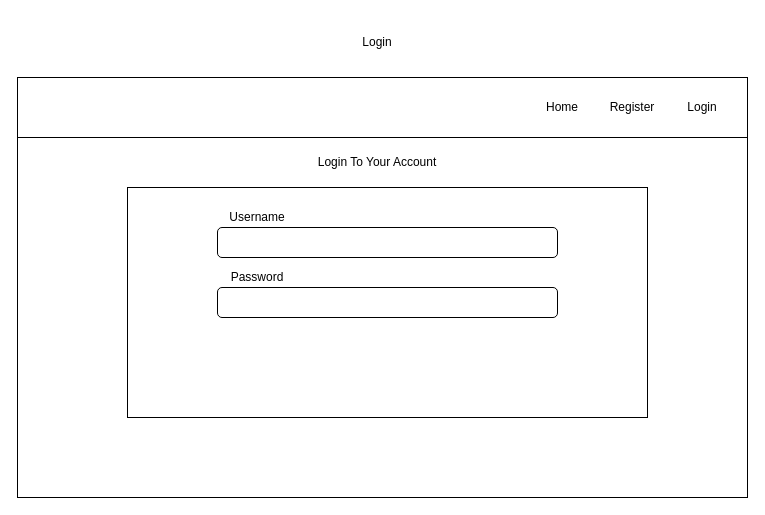
This is page "Login" (4 of 8) of Crypto-tracker-wireframe.drawio from 200914ROC2/Crypto-Tracker, a draw.io file, before an edit. Source tidied: cells renumbered, new cells numbered last; positions are measured from the earlier drawing's top-left corner, leaving out a move shared by most shapes. Both pictures are drawn from the tidied source at 100%, with x=0, y=0 at pixel (17, 17).
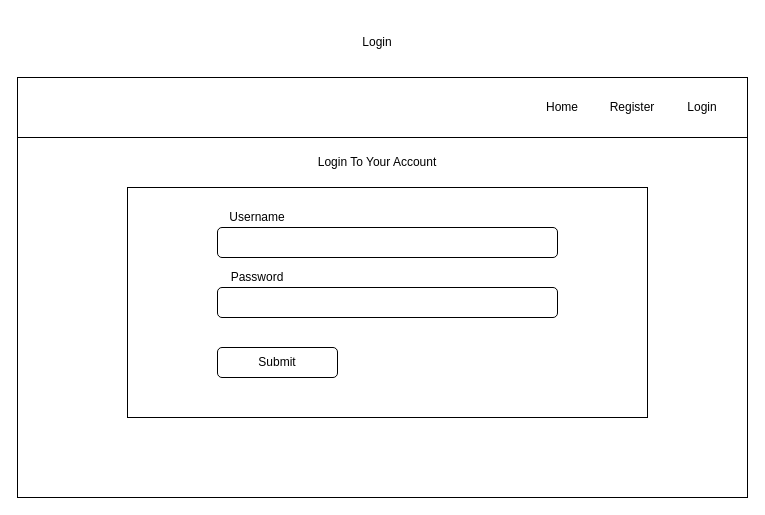
The same page after the edit.

Commit message (it also covers changes not shown here):
add submit buttons on Login and Register forms

Change to the diagram source:
```diff
@@
 <mxGraphModel>
   <root>
     <mxCell id="0" />
     <mxCell id="1" parent="0" />
     <mxCell id="2" style="rounded=0;whiteSpace=wrap;html=1;" parent="1" vertex="1">
       <mxGeometry y="60" width="730" height="420" as="geometry" />
     </mxCell>
     <mxCell id="3" style="rounded=0;whiteSpace=wrap;html=1;" parent="1" vertex="1">
       <mxGeometry y="60" width="730" height="60" as="geometry" />
     </mxCell>
     <mxCell id="4" value="Login" style="text;html=1;strokeColor=none;fillColor=none;align=center;verticalAlign=middle;whiteSpace=wrap;rounded=0;" parent="1" vertex="1">
       <mxGeometry x="650" y="65" width="70" height="50" as="geometry" />
     </mxCell>
     <mxCell id="5" value="Home" style="text;html=1;strokeColor=none;fillColor=none;align=center;verticalAlign=middle;whiteSpace=wrap;rounded=0;" parent="1" vertex="1">
       <mxGeometry x="510" y="65" width="70" height="50" as="geometry" />
     </mxCell>
     <mxCell id="6" value="Register" style="text;html=1;strokeColor=none;fillColor=none;align=center;verticalAlign=middle;whiteSpace=wrap;rounded=0;" parent="1" vertex="1">
       <mxGeometry x="580" y="65" width="70" height="50" as="geometry" />
     </mxCell>
     <mxCell id="7" value="Login" style="text;html=1;strokeColor=none;fillColor=none;align=center;verticalAlign=middle;whiteSpace=wrap;rounded=0;" parent="1" vertex="1">
       <mxGeometry x="280" width="160" height="50" as="geometry" />
     </mxCell>
     <mxCell id="8" style="rounded=0;whiteSpace=wrap;html=1;" parent="1" vertex="1">
       <mxGeometry x="110" y="170" width="520" height="230" as="geometry" />
     </mxCell>
     <mxCell id="9" style="rounded=1;whiteSpace=wrap;html=1;" parent="1" vertex="1">
       <mxGeometry x="200" y="210" width="340" height="30" as="geometry" />
     </mxCell>
     <mxCell id="10" style="rounded=1;whiteSpace=wrap;html=1;" parent="1" vertex="1">
       <mxGeometry x="200" y="270" width="340" height="30" as="geometry" />
     </mxCell>
     <mxCell id="11" value="Login To Your Account" style="text;html=1;strokeColor=none;fillColor=none;align=center;verticalAlign=middle;whiteSpace=wrap;rounded=0;" parent="1" vertex="1">
       <mxGeometry x="290" y="130" width="140" height="30" as="geometry" />
     </mxCell>
     <mxCell id="12" value="Username" style="text;html=1;strokeColor=none;fillColor=none;align=center;verticalAlign=middle;whiteSpace=wrap;rounded=0;" parent="1" vertex="1">
       <mxGeometry x="200" y="190" width="80" height="20" as="geometry" />
     </mxCell>
     <mxCell id="13" value="Password" style="text;html=1;strokeColor=none;fillColor=none;align=center;verticalAlign=middle;whiteSpace=wrap;rounded=0;" parent="1" vertex="1">
       <mxGeometry x="200" y="250" width="80" height="20" as="geometry" />
     </mxCell>
+    <mxCell id="14" style="rounded=1;whiteSpace=wrap;html=1;" parent="1" vertex="1">
+      <mxGeometry x="200" y="330" width="120" height="30" as="geometry" />
+    </mxCell>
+    <mxCell id="15" value="Submit" style="text;html=1;strokeColor=none;fillColor=none;align=center;verticalAlign=middle;whiteSpace=wrap;rounded=0;" parent="1" vertex="1">
+      <mxGeometry x="240" y="335" width="40" height="20" as="geometry" />
+    </mxCell>
   </root>
 </mxGraphModel>
```
